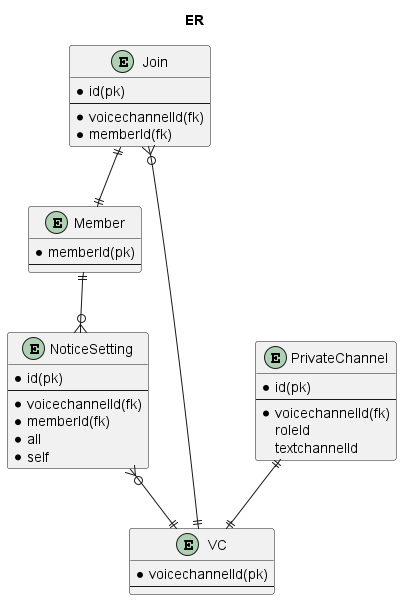
Before: out/plantuml/db/erd.png, a diagram exported from PlantUML (aktnb/discordbot-ts-2). Its diagram source:
```plantuml
@startuml erd
title ER
entity Member {
  * memberId(pk)
  --
}
entity VC {
  * voicechannelId(pk)
  --
}
entity Join {
  * id(pk)
  --
  * voicechannelId(fk)
  * memberId(fk)
}
entity PrivateChannel {
  * id(pk)
  --
  * voicechannelId(fk)
  roleId
  textchannelId
}
entity NoticeSetting {
  * id(pk)
  --
  * voicechannelId(fk)
  * memberId(fk)
  * all
  * self
}
PrivateChannel ||--|| VC
Join ||--|| Member
Join }o--|| VC
NoticeSetting }o--|| VC
Member ||--o{ NoticeSetting
@enduml
```
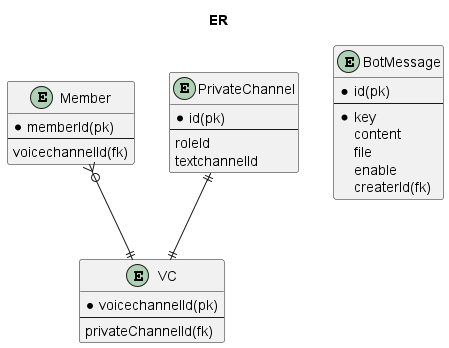
Later version of the same file.

What changed in the source:
```diff
@@ -3,35 +3,28 @@
 entity Member {
   * memberId(pk)
   --
+  voicechannelId(fk)
 }
 entity VC {
   * voicechannelId(pk)
   --
-}
-entity Join {
-  * id(pk)
-  --
-  * voicechannelId(fk)
-  * memberId(fk)
+  privateChannelId(fk)
 }
 entity PrivateChannel {
   * id(pk)
   --
-  * voicechannelId(fk)
   roleId
   textchannelId
 }
-entity NoticeSetting {
+entity BotMessage {
   * id(pk)
   --
-  * voicechannelId(fk)
-  * memberId(fk)
-  * all
-  * self
+  * key
+  content
+  file
+  enable
+  createrId(fk)
 }
 PrivateChannel ||--|| VC
-Join ||--|| Member
-Join }o--|| VC
-NoticeSetting }o--|| VC
-Member ||--o{ NoticeSetting
+Member }o--|| VC
 @enduml
```
